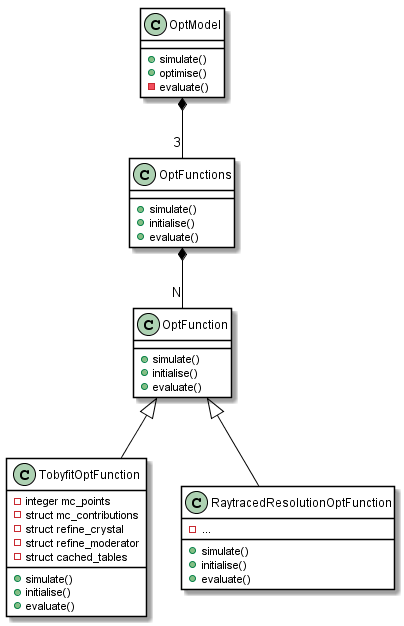
pace-neutrons/pace-developers keeps this PlantUML diagram as resolution/design/images/OptFunction_subclasses.png. Above is the earlier version.
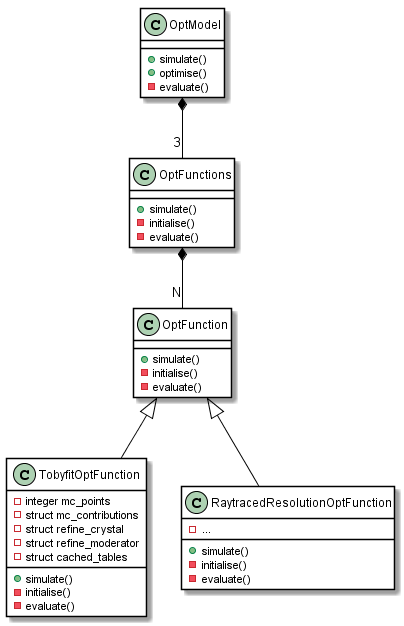
Later version of the same file.

What changed in the source:
```diff
@@ -14,14 +14,14 @@
 
 class OptFunctions{
     + simulate()
-    + initialise()
-    + evaluate()
+    - initialise()
+    - evaluate()
 }
 
 class OptFunction{
     + simulate()
-    + initialise()
-    + evaluate()
+    - initialise()
+    - evaluate()
 }
 
 class TobyfitOptFunction{
@@ -31,15 +31,15 @@
     - struct refine_moderator
     - struct cached_tables
     + simulate()
-    + initialise()
-    + evaluate()
+    - initialise()
+    - evaluate()
 }
 
 class RaytracedResolutionOptFunction{
     - ...
     + simulate()
-    + initialise()
-    + evaluate()
+    - initialise()
+    - evaluate()
 }
 
 OptModel *-- "3" OptFunctions
```
